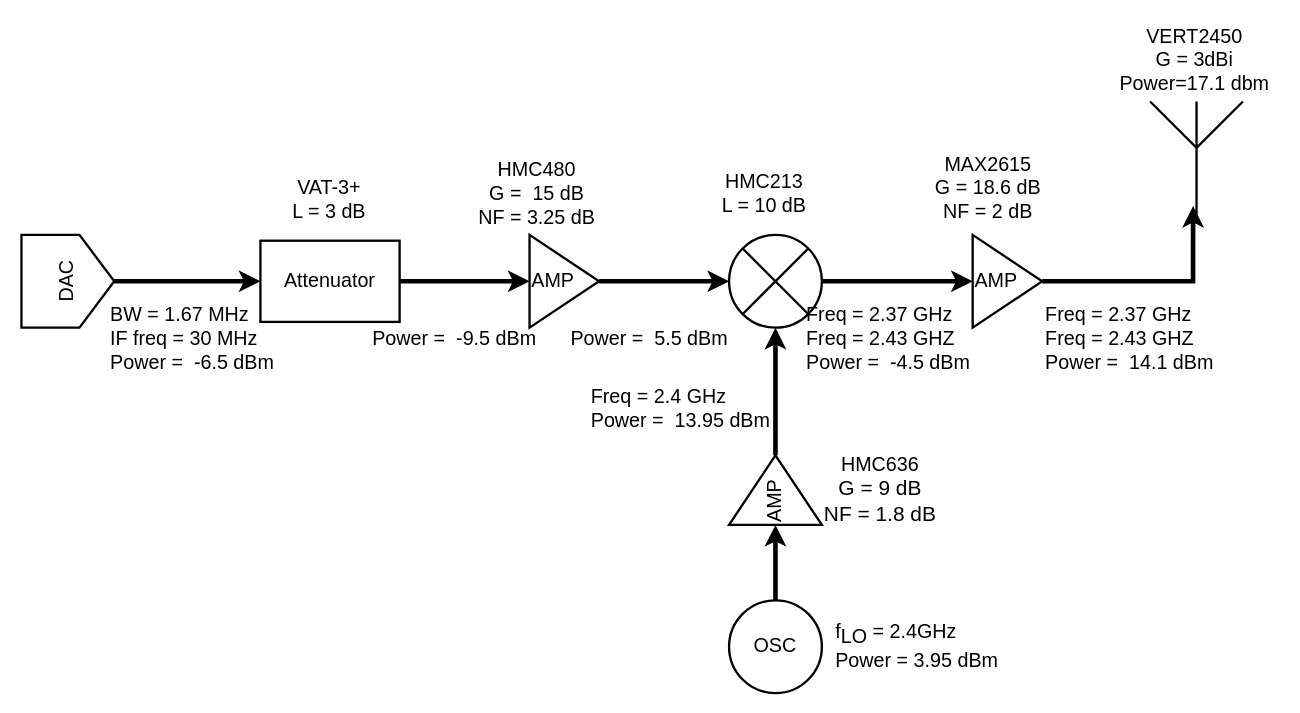
chenbin234/MCC125-Wireless-link-project keeps this draw.io diagram as transmitter.drawio. Above is the earlier version. Source tidied: cells renumbered, new cells numbered last; positions are measured from the earlier drawing's top-left corner, leaving out a move shared by most shapes. Both pictures are drawn from the tidied source at 116%, with x=0, y=0 at pixel (21, 20).
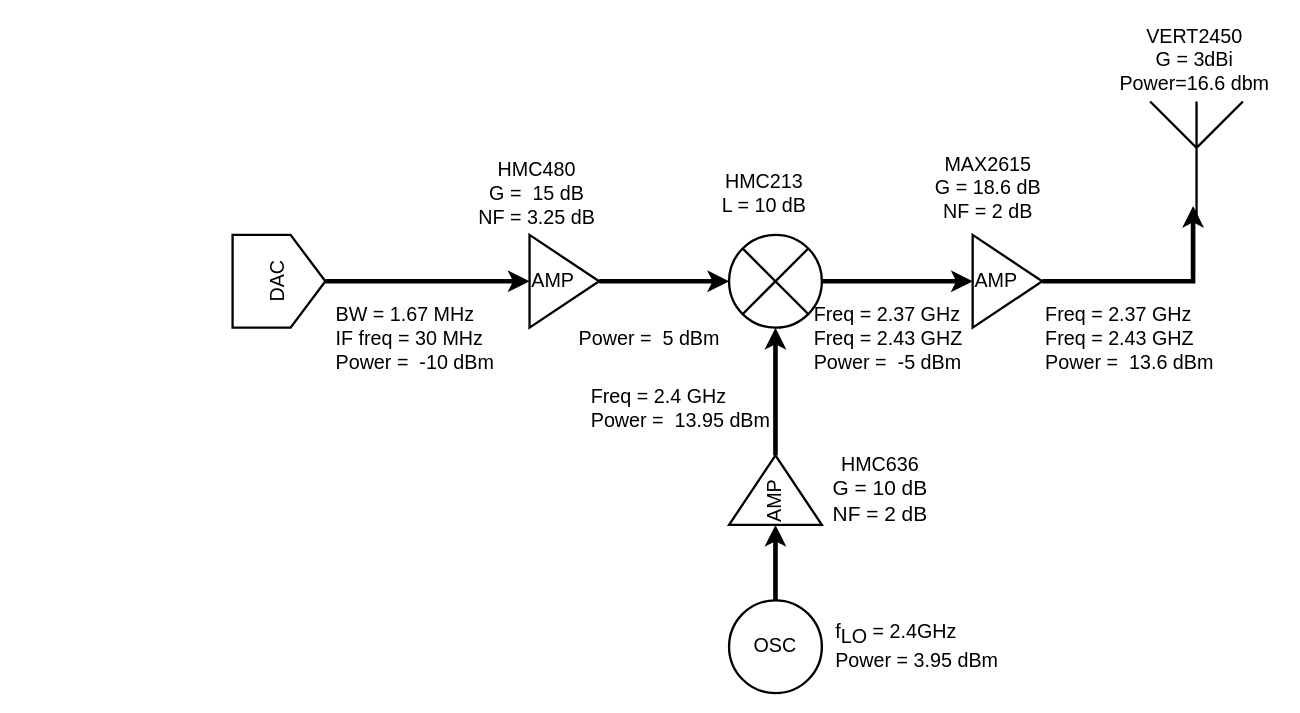
The same diagram, later.

The change refers to these unchanged cells:
```xml
<mxCell id="3" value="AMP" style="triangle;whiteSpace=wrap;html=1;strokeWidth=2;fontSize=17;align=left;" parent="1" vertex="1">
  <mxGeometry x="438" y="185" width="60" height="80" as="geometry" />
</mxCell>
```

The edit, as a diff of the source:
```diff
@@
-    <mxCell id="13" style="edgeStyle=orthogonalEdgeStyle;rounded=0;jettySize=auto;html=1;exitX=0.5;exitY=1;exitDx=0;exitDy=0;entryX=0;entryY=0.5;entryDx=0;entryDy=0;strokeWidth=4;fontSize=17;" parent="1" edge="1" source="14" target="24">
+    <mxCell id="13" style="edgeStyle=orthogonalEdgeStyle;rounded=0;jettySize=auto;html=1;exitX=0.5;exitY=1;exitDx=0;exitDy=0;strokeWidth=4;fontSize=17;entryX=0;entryY=0.5;entryDx=0;entryDy=0;" parent="1" edge="1" source="14" target="3">
       <mxGeometry relative="1" as="geometry" />
     </mxCell>
     <mxCell id="14" value="&lt;font style=&quot;font-size: 17px;&quot;&gt;DAC&lt;/font&gt;" style="shape=offPageConnector;whiteSpace=wrap;html=1;rotation=-90;strokeWidth=2;horizontal=1;verticalAlign=middle;fontSize=17;" parent="1" vertex="1">
-      <mxGeometry y="185" width="80" height="80" as="geometry" />
+      <mxGeometry x="182" y="185" width="80" height="80" as="geometry" />
     </mxCell>
@@
-    <mxCell id="16" value="&lt;div style=&quot;text-align: left; font-size: 17px;&quot;&gt;&lt;span style=&quot;background-color: initial; font-size: 17px;&quot;&gt;&lt;font style=&quot;font-size: 17px;&quot;&gt;BW = 1.67 MHz&lt;/font&gt;&lt;/span&gt;&lt;/div&gt;&lt;div style=&quot;text-align: left; font-size: 17px;&quot;&gt;&lt;span style=&quot;background-color: initial; font-size: 17px;&quot;&gt;&lt;font style=&quot;font-size: 17px;&quot;&gt;IF freq = 30 MHz&lt;/font&gt;&lt;/span&gt;&lt;/div&gt;&lt;div style=&quot;text-align: left; font-size: 17px;&quot;&gt;&lt;span style=&quot;background-color: initial; font-size: 17px;&quot;&gt;&lt;font style=&quot;font-size: 17px;&quot;&gt;Power =&amp;nbsp; -6.5 dBm&lt;/font&gt;&lt;/span&gt;&lt;/div&gt;" style="text;html=1;align=center;verticalAlign=middle;strokeColor=none;fillColor=none;fontSize=17;" parent="1" vertex="1">
-      <mxGeometry x="67" y="240" width="160" height="70" as="geometry" />
+    <mxCell id="16" value="&lt;div style=&quot;text-align: left; font-size: 17px;&quot;&gt;&lt;span style=&quot;background-color: initial; font-size: 17px;&quot;&gt;&lt;font style=&quot;font-size: 17px;&quot;&gt;BW = 1.67 MHz&lt;/font&gt;&lt;/span&gt;&lt;/div&gt;&lt;div style=&quot;text-align: left; font-size: 17px;&quot;&gt;&lt;span style=&quot;background-color: initial; font-size: 17px;&quot;&gt;&lt;font style=&quot;font-size: 17px;&quot;&gt;IF freq = 30 MHz&lt;/font&gt;&lt;/span&gt;&lt;/div&gt;&lt;div style=&quot;text-align: left; font-size: 17px;&quot;&gt;&lt;span style=&quot;background-color: initial; font-size: 17px;&quot;&gt;&lt;font style=&quot;font-size: 17px;&quot;&gt;Power =&amp;nbsp; -10 dBm&lt;/font&gt;&lt;/span&gt;&lt;/div&gt;" style="text;html=1;align=center;verticalAlign=middle;strokeColor=none;fillColor=none;fontSize=17;" parent="1" vertex="1">
+      <mxGeometry x="259" y="240" width="160" height="70" as="geometry" />
     </mxCell>
-    <mxCell id="17" value="&lt;div style=&quot;text-align: left; font-size: 17px;&quot;&gt;&lt;span style=&quot;background-color: initial; font-size: 17px;&quot;&gt;Freq = 2.37 GHz&lt;/span&gt;&lt;/div&gt;&lt;div style=&quot;text-align: left; font-size: 17px;&quot;&gt;&lt;span style=&quot;background-color: initial; font-size: 17px;&quot;&gt;Freq = 2.43 GHZ&lt;/span&gt;&lt;/div&gt;&lt;div style=&quot;text-align: left; font-size: 17px;&quot;&gt;&lt;span style=&quot;background-color: initial; font-size: 17px;&quot;&gt;&lt;font style=&quot;font-size: 17px;&quot;&gt;Power =&amp;nbsp; -4.5 dBm&lt;/font&gt;&lt;/span&gt;&lt;/div&gt;" style="text;html=1;align=center;verticalAlign=middle;strokeColor=none;fillColor=none;fontSize=17;" parent="1" vertex="1">
-      <mxGeometry x="667" y="240" width="160" height="70" as="geometry" />
+    <mxCell id="17" value="&lt;div style=&quot;text-align: left; font-size: 17px;&quot;&gt;&lt;span style=&quot;background-color: initial; font-size: 17px;&quot;&gt;Freq = 2.37 GHz&lt;/span&gt;&lt;/div&gt;&lt;div style=&quot;text-align: left; font-size: 17px;&quot;&gt;&lt;span style=&quot;background-color: initial; font-size: 17px;&quot;&gt;Freq = 2.43 GHZ&lt;/span&gt;&lt;/div&gt;&lt;div style=&quot;text-align: left; font-size: 17px;&quot;&gt;&lt;span style=&quot;background-color: initial; font-size: 17px;&quot;&gt;&lt;font style=&quot;font-size: 17px;&quot;&gt;Power =&amp;nbsp; -5 dBm&lt;/font&gt;&lt;/span&gt;&lt;/div&gt;" style="text;html=1;align=center;verticalAlign=middle;strokeColor=none;fillColor=none;fontSize=17;" parent="1" vertex="1">
+      <mxGeometry x="672" y="240" width="150" height="70" as="geometry" />
     </mxCell>
-    <mxCell id="18" value="HMC636&lt;br style=&quot;border-color: var(--border-color); font-size: 18px;&quot;&gt;&lt;span style=&quot;font-size: 18px;&quot;&gt;G = 9 dB&lt;/span&gt;&lt;br style=&quot;border-color: var(--border-color); font-size: 18px;&quot;&gt;&lt;span style=&quot;font-size: 18px;&quot;&gt;NF = 1.8 dB&lt;/span&gt;" style="text;html=1;align=center;verticalAlign=middle;strokeColor=none;fillColor=none;fontSize=17;" parent="1" vertex="1">
-      <mxGeometry x="680" y="365" width="120" height="80" as="geometry" />
+    <mxCell id="18" value="HMC636&lt;br style=&quot;border-color: var(--border-color); font-size: 18px;&quot;&gt;&lt;span style=&quot;font-size: 18px;&quot;&gt;G = 10 dB&lt;/span&gt;&lt;br style=&quot;border-color: var(--border-color); font-size: 18px;&quot;&gt;&lt;span style=&quot;font-size: 18px;&quot;&gt;NF = 2 dB&lt;/span&gt;" style="text;html=1;align=center;verticalAlign=middle;strokeColor=none;fillColor=none;fontSize=17;" parent="1" vertex="1">
+      <mxGeometry x="685" y="365" width="110" height="80" as="geometry" />
     </mxCell>
@@
-    <mxCell id="20" value="&lt;font style=&quot;font-size: 17px;&quot;&gt;VERT2450&lt;br style=&quot;font-size: 17px;&quot;&gt;G = 3dBi&lt;br&gt;Power=17.1 dbm&lt;br&gt;&lt;/font&gt;" style="text;html=1;align=center;verticalAlign=middle;strokeColor=none;fillColor=none;fontSize=17;" parent="1" vertex="1">
+    <mxCell id="20" value="&lt;font style=&quot;font-size: 17px;&quot;&gt;VERT2450&lt;br style=&quot;font-size: 17px;&quot;&gt;G = 3dBi&lt;br&gt;Power=16.6 dbm&lt;br&gt;&lt;/font&gt;" style="text;html=1;align=center;verticalAlign=middle;strokeColor=none;fillColor=none;fontSize=17;" parent="1" vertex="1">
       <mxGeometry x="936" width="150" height="70" as="geometry" />
     </mxCell>
@@
-    <mxCell id="23" style="edgeStyle=orthogonalEdgeStyle;rounded=0;jettySize=auto;html=1;exitX=1;exitY=0.5;exitDx=0;exitDy=0;entryX=0;entryY=0.5;entryDx=0;entryDy=0;fontSize=17;strokeWidth=4;" parent="1" edge="1" source="24" target="3">
-      <mxGeometry relative="1" as="geometry" />
-    </mxCell>
-    <mxCell id="24" value="&lt;font style=&quot;font-size: 17px;&quot;&gt;Attenuator&lt;/font&gt;" style="rounded=0;whiteSpace=wrap;html=1;fontSize=17;strokeWidth=2;" parent="1" vertex="1">
-      <mxGeometry x="206" y="190" width="120" height="70" as="geometry" />
-    </mxCell>
-    <mxCell id="25" value="VAT-3+&lt;br style=&quot;font-size: 17px;&quot;&gt;L = 3 dB" style="text;html=1;align=center;verticalAlign=middle;strokeColor=none;fillColor=none;fontSize=17;" parent="1" vertex="1">
-      <mxGeometry x="220" y="130" width="90" height="50" as="geometry" />
-    </mxCell>
-    <mxCell id="26" value="&lt;div style=&quot;text-align: left; font-size: 17px;&quot;&gt;&lt;span style=&quot;background-color: initial; font-size: 17px;&quot;&gt;Power =&amp;nbsp; 5.5 dBm&lt;/span&gt;&lt;br style=&quot;font-size: 17px;&quot;&gt;&lt;/div&gt;" style="text;html=1;align=center;verticalAlign=middle;strokeColor=none;fillColor=none;fontSize=17;" parent="1" vertex="1">
-      <mxGeometry x="461" y="260" width="160" height="30" as="geometry" />
+    <mxCell id="26" value="&lt;div style=&quot;text-align: left; font-size: 17px;&quot;&gt;&lt;span style=&quot;background-color: initial; font-size: 17px;&quot;&gt;Power =&amp;nbsp; 5 dBm&lt;/span&gt;&lt;br style=&quot;font-size: 17px;&quot;&gt;&lt;/div&gt;" style="text;html=1;align=center;verticalAlign=middle;strokeColor=none;fillColor=none;fontSize=17;" parent="1" vertex="1">
+      <mxGeometry x="471" y="260" width="140" height="30" as="geometry" />
     </mxCell>
-    <mxCell id="27" value="&lt;div style=&quot;text-align: left; font-size: 17px;&quot;&gt;&lt;span style=&quot;background-color: initial; font-size: 17px;&quot;&gt;Power =&amp;nbsp; -9.5 dBm&lt;/span&gt;&lt;br style=&quot;font-size: 17px;&quot;&gt;&lt;/div&gt;" style="text;html=1;align=center;verticalAlign=middle;strokeColor=none;fillColor=none;fontSize=17;" parent="1" vertex="1">
-      <mxGeometry x="293" y="260" width="160" height="30" as="geometry" />
-    </mxCell>
-    <mxCell id="28" value="&lt;div style=&quot;text-align: left; font-size: 17px;&quot;&gt;&lt;span style=&quot;background-color: initial; font-size: 17px;&quot;&gt;Freq = 2.37 GHz&lt;/span&gt;&lt;/div&gt;&lt;div style=&quot;text-align: left; font-size: 17px;&quot;&gt;&lt;span style=&quot;background-color: initial; font-size: 17px;&quot;&gt;Freq = 2.43 GHZ&lt;/span&gt;&lt;/div&gt;&lt;div style=&quot;text-align: left; font-size: 17px;&quot;&gt;&lt;span style=&quot;background-color: initial; font-size: 17px;&quot;&gt;&lt;font style=&quot;font-size: 17px;&quot;&gt;Power =&amp;nbsp; 14.1 dBm&lt;/font&gt;&lt;/span&gt;&lt;/div&gt;" style="text;html=1;align=center;verticalAlign=middle;strokeColor=none;fillColor=none;fontSize=17;" parent="1" vertex="1">
+    <mxCell id="28" value="&lt;div style=&quot;text-align: left; font-size: 17px;&quot;&gt;&lt;span style=&quot;background-color: initial; font-size: 17px;&quot;&gt;Freq = 2.37 GHz&lt;/span&gt;&lt;/div&gt;&lt;div style=&quot;text-align: left; font-size: 17px;&quot;&gt;&lt;span style=&quot;background-color: initial; font-size: 17px;&quot;&gt;Freq = 2.43 GHZ&lt;/span&gt;&lt;/div&gt;&lt;div style=&quot;text-align: left; font-size: 17px;&quot;&gt;&lt;span style=&quot;background-color: initial; font-size: 17px;&quot;&gt;&lt;font style=&quot;font-size: 17px;&quot;&gt;Power =&amp;nbsp; 13.6 dBm&lt;/font&gt;&lt;/span&gt;&lt;/div&gt;" style="text;html=1;align=center;verticalAlign=middle;strokeColor=none;fillColor=none;fontSize=17;" parent="1" vertex="1">
       <mxGeometry x="870" y="240" width="170" height="70" as="geometry" />
     </mxCell>
```
